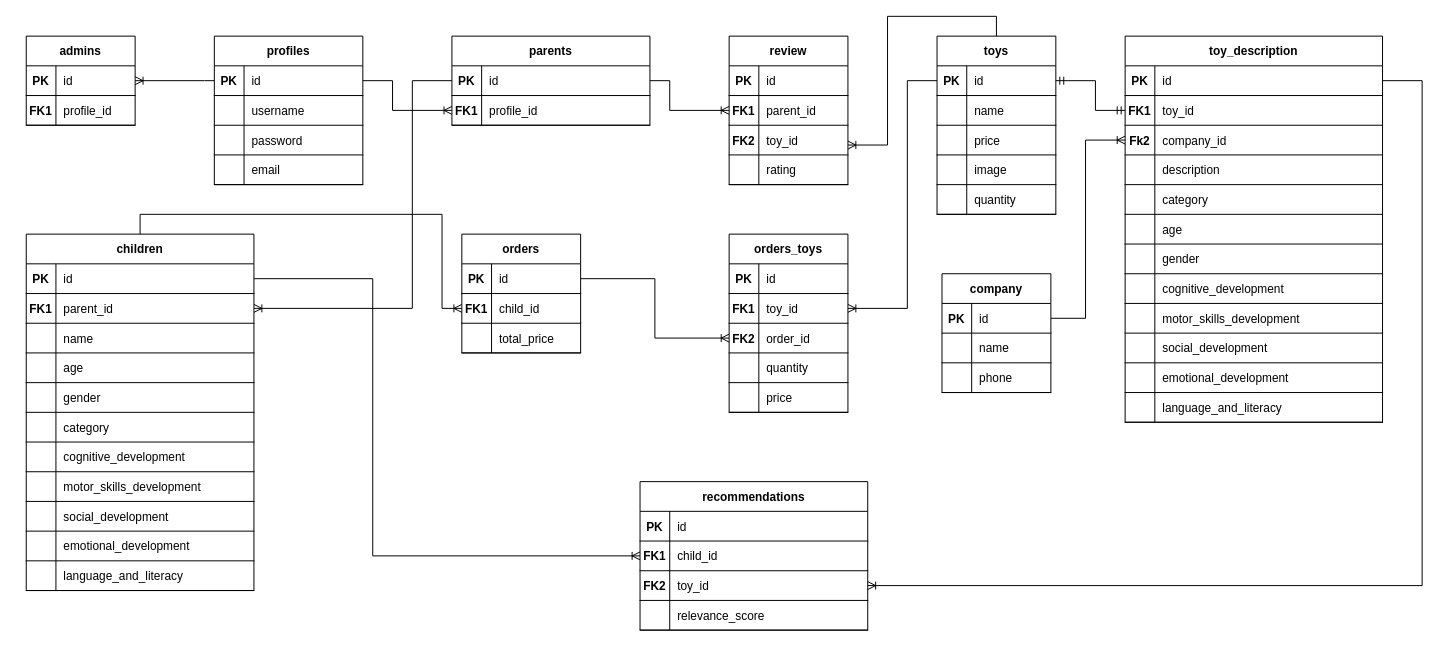
Earlier version of the draw.io diagram LDDiagrams/ERD(LD).drawio (WalidBabi/LittleDreamers). Source tidied: cells renumbered, new cells numbered last; positions are measured from the earlier drawing's top-left corner, leaving out a move shared by most shapes. Both pictures are drawn from the tidied source at 99%, with x=0, y=0 at pixel (26, 16).
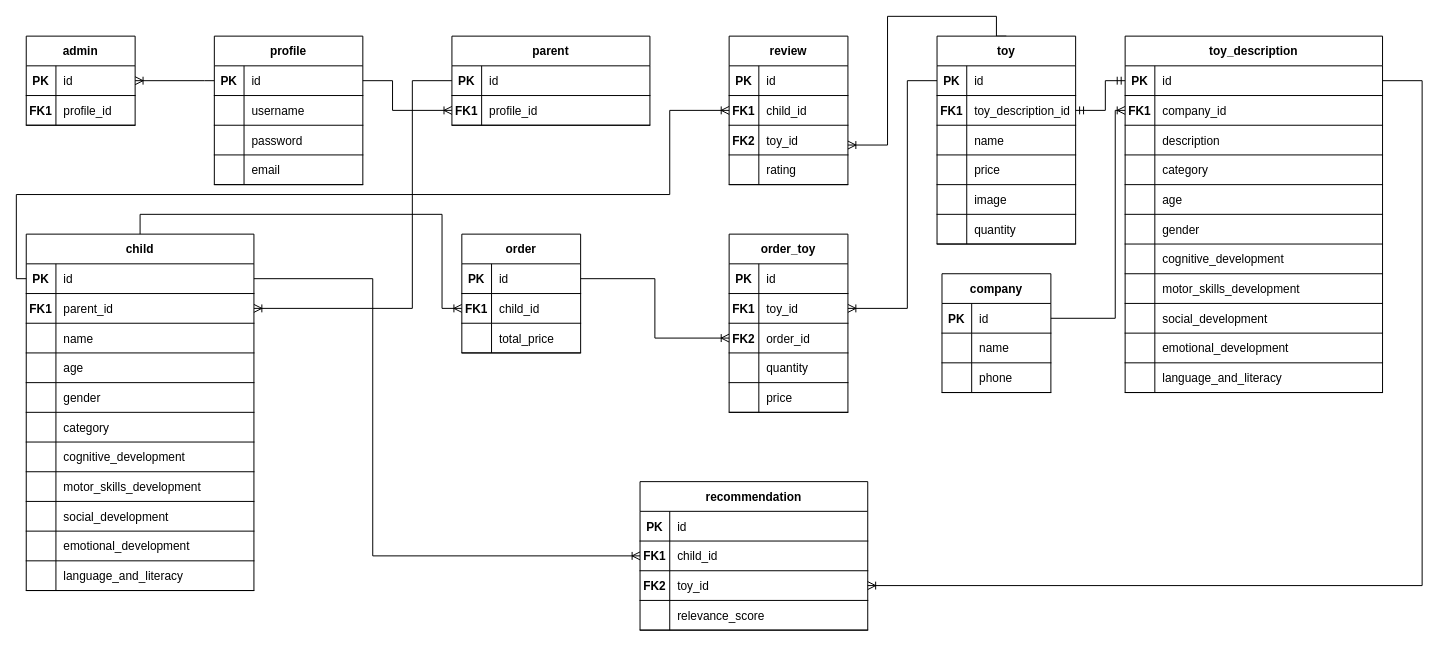
The same diagram, later.

The change refers to these unchanged cells:
```xml
<mxCell id="3" style="shape=partialRectangle;fillColor=none;points=[[0,0.5],[1,0.5]];portConstraint=eastwest;top=0;left=0;right=0;bottom=1;" parent="2" vertex="1">
  <mxGeometry y="30" width="230" height="30" as="geometry" />
</mxCell>
<mxCell id="37" style="shape=partialRectangle;fillColor=none;points=[[0,0.5],[1,0.5]];portConstraint=eastwest;top=0;left=0;right=0;bottom=1;" parent="36" vertex="1">
  <mxGeometry y="30" width="200" height="30" as="geometry" />
</mxCell>
<mxCell id="63" style="shape=partialRectangle;fillColor=none;points=[[0,0.5],[1,0.5]];portConstraint=eastwest;top=0;left=0;right=0;bottom=1;" parent="59" vertex="1">
  <mxGeometry y="60" width="120" height="30" as="geometry" />
</mxCell>
<mxCell id="73" style="shape=partialRectangle;fillColor=none;points=[[0,0.5],[1,0.5]];portConstraint=eastwest;top=0;left=0;right=0;bottom=1;" parent="72" vertex="1">
  <mxGeometry y="30" width="260" height="30" as="geometry" />
</mxCell>
<mxCell id="116" style="shape=partialRectangle;fillColor=none;points=[[0,0.5],[1,0.5]];portConstraint=eastwest;top=0;left=0;right=0;bottom=1;" parent="115" vertex="1">
  <mxGeometry y="30" width="110" height="30" as="geometry" />
</mxCell>
```

Diff of the diagram source:
```diff
@@
-    <mxCell id="2" value="children" style="shape=table;startSize=30;childLayout=tableLayout;rowLines=0;fontStyle=1;align=center;" parent="1" vertex="1">
+    <mxCell id="2" value="child" style="shape=table;startSize=30;childLayout=tableLayout;rowLines=0;fontStyle=1;align=center;" parent="1" vertex="1">
       <mxGeometry y="220" width="230" height="360" as="geometry" />
     </mxCell>
@@
-    <mxCell id="36" value="parents" style="shape=table;startSize=30;childLayout=tableLayout;rowLines=0;fontStyle=1;align=center;" parent="1" vertex="1">
+    <mxCell id="36" value="parent" style="shape=table;startSize=30;childLayout=tableLayout;rowLines=0;fontStyle=1;align=center;" parent="1" vertex="1">
       <mxGeometry x="430" y="20" width="200" height="90" as="geometry" />
     </mxCell>
@@
-    <mxCell id="43" value="orders_toys" style="shape=table;startSize=30;childLayout=tableLayout;rowLines=0;fontStyle=1;align=center;" parent="1" vertex="1">
+    <mxCell id="43" value="order_toy" style="shape=table;startSize=30;childLayout=tableLayout;rowLines=0;fontStyle=1;align=center;" parent="1" vertex="1">
       <mxGeometry x="710" y="220" width="120" height="180" as="geometry" />
     </mxCell>
@@
-    <mxCell id="65" value="parent_id" style="shape=partialRectangle;overflow=hidden;fillColor=none;top=0;left=0;bottom=0;right=0;align=left;spacingLeft=6;fontStyle=0;" parent="63" vertex="1">
+    <mxCell id="65" value="child_id" style="shape=partialRectangle;overflow=hidden;fillColor=none;top=0;left=0;bottom=0;right=0;align=left;spacingLeft=6;fontStyle=0;" parent="63" vertex="1">
       <mxGeometry x="30" width="90" height="30" as="geometry" />
     </mxCell>
@@
     <mxCell id="72" value="toy_description" style="shape=table;startSize=30;childLayout=tableLayout;rowLines=0;fontStyle=1;align=center;" parent="1" vertex="1">
-      <mxGeometry x="1110" y="20" width="260" height="390" as="geometry" />
+      <mxGeometry x="1110" y="20" width="260" height="360" as="geometry" />
     </mxCell>
@@
-    <mxCell id="76" style="shape=partialRectangle;fillColor=none;points=[[0,0.5],[1,0.5]];portConstraint=eastwest;top=0;left=0;right=0;bottom=1;" parent="72" vertex="1">
-      <mxGeometry y="60" width="260" height="30" as="geometry" />
-    </mxCell>
-    <mxCell id="77" value="FK1" style="shape=partialRectangle;overflow=hidden;fillColor=none;top=0;left=0;bottom=0;right=0;fontStyle=1;" parent="76" vertex="1">
-      <mxGeometry width="30" height="30" as="geometry" />
-    </mxCell>
-    <mxCell id="78" value="toy_id" style="shape=partialRectangle;overflow=hidden;fillColor=none;top=0;left=0;bottom=0;right=0;align=left;spacingLeft=6;fontStyle=0;" parent="76" vertex="1">
-      <mxGeometry x="30" width="230" height="30" as="geometry" />
-    </mxCell>
     <mxCell id="79" style="shape=partialRectangle;fillColor=none;points=[[0,0.5],[1,0.5]];portConstraint=eastwest;top=0;left=0;right=0;bottom=1;" parent="72" vertex="1">
-      <mxGeometry y="90" width="260" height="30" as="geometry" />
+      <mxGeometry y="60" width="260" height="30" as="geometry" />
     </mxCell>
-    <mxCell id="80" value="Fk2" style="shape=partialRectangle;overflow=hidden;fillColor=none;top=0;left=0;bottom=0;right=0;fontStyle=1;" parent="79" vertex="1">
+    <mxCell id="80" value="FK1" style="shape=partialRectangle;overflow=hidden;fillColor=none;top=0;left=0;bottom=0;right=0;fontStyle=1;" parent="79" vertex="1">
       <mxGeometry width="30" height="30" as="geometry" />
     </mxCell>
@@
     <mxCell id="82" style="shape=partialRectangle;fillColor=none;top=0;left=0;right=0;bottom=1;" parent="72" vertex="1">
-      <mxGeometry y="120" width="260" height="30" as="geometry" />
+      <mxGeometry y="90" width="260" height="30" as="geometry" />
     </mxCell>
@@
     <mxCell id="85" style="shape=partialRectangle;fillColor=none;top=0;left=0;right=0;bottom=1;" parent="72" vertex="1">
-      <mxGeometry y="150" width="260" height="30" as="geometry" />
+      <mxGeometry y="120" width="260" height="30" as="geometry" />
     </mxCell>
@@
     <mxCell id="88" style="shape=partialRectangle;fillColor=none;top=0;left=0;right=0;bottom=1;" parent="72" vertex="1">
-      <mxGeometry y="180" width="260" height="30" as="geometry" />
+      <mxGeometry y="150" width="260" height="30" as="geometry" />
     </mxCell>
@@
     <mxCell id="91" style="shape=partialRectangle;fillColor=none;top=0;left=0;right=0;bottom=1;" parent="72" vertex="1">
-      <mxGeometry y="210" width="260" height="30" as="geometry" />
+      <mxGeometry y="180" width="260" height="30" as="geometry" />
     </mxCell>
@@
     <mxCell id="94" style="shape=partialRectangle;fillColor=none;top=0;left=0;right=0;bottom=1;" parent="72" vertex="1">
-      <mxGeometry y="240" width="260" height="30" as="geometry" />
+      <mxGeometry y="210" width="260" height="30" as="geometry" />
     </mxCell>
@@
     <mxCell id="97" style="shape=partialRectangle;fillColor=none;top=0;left=0;right=0;bottom=1;" parent="72" vertex="1">
-      <mxGeometry y="270" width="260" height="30" as="geometry" />
+      <mxGeometry y="240" width="260" height="30" as="geometry" />
     </mxCell>
@@
     <mxCell id="100" style="shape=partialRectangle;fillColor=none;top=0;left=0;right=0;bottom=1;" parent="72" vertex="1">
-      <mxGeometry y="300" width="260" height="30" as="geometry" />
+      <mxGeometry y="270" width="260" height="30" as="geometry" />
     </mxCell>
@@
     <mxCell id="103" style="shape=partialRectangle;fillColor=none;top=0;left=0;right=0;bottom=1;" parent="72" vertex="1">
-      <mxGeometry y="330" width="260" height="30" as="geometry" />
+      <mxGeometry y="300" width="260" height="30" as="geometry" />
     </mxCell>
@@
     <mxCell id="106" style="shape=partialRectangle;fillColor=none;top=0;left=0;right=0;bottom=1;" parent="72" vertex="1">
-      <mxGeometry y="360" width="260" height="30" as="geometry" />
+      <mxGeometry y="330" width="260" height="30" as="geometry" />
     </mxCell>
@@
-    <mxCell id="110" style="edgeStyle=orthogonalEdgeStyle;fontSize=12;html=1;endArrow=ERmandOne;startArrow=ERmandOne;rounded=0;entryX=1;entryY=0.5;entryDx=0;entryDy=0;exitX=0;exitY=0.5;exitDx=0;exitDy=0;" parent="1" edge="1" source="76" target="160">
+    <mxCell id="110" style="edgeStyle=orthogonalEdgeStyle;fontSize=12;html=1;endArrow=ERmandOne;startArrow=ERmandOne;rounded=0;entryX=1;entryY=0.5;entryDx=0;entryDy=0;exitX=0;exitY=0.5;exitDx=0;exitDy=0;" parent="1" edge="1" source="73" target="190">
       <mxGeometry relative="1" as="geometry">
         <Array as="points">
-          <mxPoint x="1080" y="95" />
-          <mxPoint x="1080" y="65" />
+          <mxPoint x="1090" y="65" />
+          <mxPoint x="1090" y="95" />
         </Array>
       </mxGeometry>
     </mxCell>
@@
-    <mxCell id="112" style="edgeStyle=orthogonalEdgeStyle;fontSize=12;html=1;endArrow=ERoneToMany;rounded=0;exitX=1;exitY=0.5;exitDx=0;exitDy=0;entryX=0;entryY=0.5;entryDx=0;entryDy=0;" parent="1" edge="1" source="37" target="63">
+    <mxCell id="112" style="edgeStyle=orthogonalEdgeStyle;fontSize=12;html=1;endArrow=ERoneToMany;rounded=0;exitX=0;exitY=0.5;exitDx=0;exitDy=0;entryX=0;entryY=0.5;entryDx=0;entryDy=0;" parent="1" edge="1" source="3" target="63">
       <mxGeometry relative="1" as="geometry">
         <Array as="points">
-          <mxPoint x="650" y="65" />
+          <mxPoint x="-10" y="265" />
+          <mxPoint x="-10" y="180" />
+          <mxPoint x="650" y="180" />
           <mxPoint x="650" y="95" />
-          <mxPoint x="710" y="95" />
         </Array>
       </mxGeometry>
     </mxCell>
@@
     <mxCell id="125" style="edgeStyle=orthogonalEdgeStyle;fontSize=12;html=1;endArrow=ERoneToMany;rounded=0;exitX=1;exitY=0.5;exitDx=0;exitDy=0;entryX=0;entryY=0.5;entryDx=0;entryDy=0;" parent="1" edge="1" source="116" target="79">
       <mxGeometry relative="1" as="geometry">
         <Array as="points">
-          <mxPoint x="1070" y="305" />
-          <mxPoint x="1070" y="125" />
+          <mxPoint x="1100" y="305" />
+          <mxPoint x="1100" y="95" />
         </Array>
       </mxGeometry>
     </mxCell>
-    <mxCell id="126" value="admins" style="shape=table;startSize=30;childLayout=tableLayout;rowLines=0;fontStyle=1;align=center;" parent="1" vertex="1">
+    <mxCell id="126" value="admin" style="shape=table;startSize=30;childLayout=tableLayout;rowLines=0;fontStyle=1;align=center;" parent="1" vertex="1">
       <mxGeometry y="20" width="110" height="90" as="geometry" />
     </mxCell>
@@
-    <mxCell id="133" value="profiles" style="shape=table;startSize=30;childLayout=tableLayout;rowLines=0;fontStyle=1;align=center;" parent="1" vertex="1">
+    <mxCell id="133" value="profile" style="shape=table;startSize=30;childLayout=tableLayout;rowLines=0;fontStyle=1;align=center;" parent="1" vertex="1">
       <mxGeometry x="190" y="20" width="150" height="150" as="geometry" />
     </mxCell>
@@
-    <mxCell id="148" value="orders" style="shape=table;startSize=30;childLayout=tableLayout;rowLines=0;fontStyle=1;align=center;" parent="1" vertex="1">
+    <mxCell id="148" value="order" style="shape=table;startSize=30;childLayout=tableLayout;rowLines=0;fontStyle=1;align=center;" parent="1" vertex="1">
       <mxGeometry x="440" y="220" width="120" height="120" as="geometry" />
     </mxCell>
@@
-    <mxCell id="159" value="toys" style="shape=table;startSize=30;childLayout=tableLayout;rowLines=0;fontStyle=1;align=center;" parent="1" vertex="1">
-      <mxGeometry x="920" y="20" width="120" height="180" as="geometry" />
+    <mxCell id="159" value="toy" style="shape=table;startSize=30;childLayout=tableLayout;rowLines=0;fontStyle=1;align=center;" parent="1" vertex="1">
+      <mxGeometry x="920" y="20" width="140" height="210" as="geometry" />
     </mxCell>
     <mxCell id="160" style="shape=partialRectangle;fillColor=none;points=[[0,0.5],[1,0.5]];portConstraint=eastwest;top=0;left=0;right=0;bottom=1;" parent="159" vertex="1">
-      <mxGeometry y="30" width="120" height="30" as="geometry" />
+      <mxGeometry y="30" width="140" height="30" as="geometry" />
     </mxCell>
@@
     <mxCell id="162" value="id" style="shape=partialRectangle;overflow=hidden;fillColor=none;top=0;left=0;bottom=0;right=0;align=left;spacingLeft=6;fontStyle=0;" parent="160" vertex="1">
-      <mxGeometry x="30" width="90" height="30" as="geometry" />
+      <mxGeometry x="30" width="110" height="30" as="geometry" />
     </mxCell>
+    <mxCell id="190" style="shape=partialRectangle;fillColor=none;points=[[0,0.5],[1,0.5]];portConstraint=eastwest;top=0;left=0;right=0;bottom=1;" parent="159" vertex="1">
+      <mxGeometry y="60" width="140" height="30" as="geometry" />
+    </mxCell>
+    <mxCell id="77" value="FK1" style="shape=partialRectangle;overflow=hidden;fillColor=none;top=0;left=0;bottom=0;right=0;fontStyle=1;" parent="190" vertex="1">
+      <mxGeometry width="30" height="30" as="geometry" />
+    </mxCell>
+    <mxCell id="191" value="toy_description_id" style="shape=partialRectangle;overflow=hidden;fillColor=none;top=0;left=0;bottom=0;right=0;align=left;spacingLeft=6;fontStyle=0;" parent="190" vertex="1">
+      <mxGeometry x="30" width="110" height="30" as="geometry" />
+    </mxCell>
     <mxCell id="163" style="shape=partialRectangle;fillColor=none;top=0;left=0;right=0;bottom=1;" parent="159" vertex="1">
-      <mxGeometry y="60" width="120" height="30" as="geometry" />
+      <mxGeometry y="90" width="140" height="30" as="geometry" />
     </mxCell>
@@
     <mxCell id="165" value="name" style="shape=partialRectangle;overflow=hidden;fillColor=none;top=0;left=0;bottom=0;right=0;align=left;spacingLeft=6;fontStyle=0;" parent="163" vertex="1">
-      <mxGeometry x="30" width="90" height="30" as="geometry" />
+      <mxGeometry x="30" width="110" height="30" as="geometry" />
     </mxCell>
     <mxCell id="166" style="shape=partialRectangle;fillColor=none;top=0;left=0;right=0;bottom=1;" parent="159" vertex="1">
-      <mxGeometry y="90" width="120" height="30" as="geometry" />
+      <mxGeometry y="120" width="140" height="30" as="geometry" />
     </mxCell>
@@
     <mxCell id="168" value="price" style="shape=partialRectangle;overflow=hidden;fillColor=none;top=0;left=0;bottom=0;right=0;align=left;spacingLeft=6;fontStyle=0;" parent="166" vertex="1">
-      <mxGeometry x="30" width="90" height="30" as="geometry" />
+      <mxGeometry x="30" width="110" height="30" as="geometry" />
     </mxCell>
     <mxCell id="169" style="shape=partialRectangle;fillColor=none;top=0;left=0;right=0;bottom=1;" parent="159" vertex="1">
-      <mxGeometry y="120" width="120" height="30" as="geometry" />
+      <mxGeometry y="150" width="140" height="30" as="geometry" />
     </mxCell>
@@
     <mxCell id="171" value="image" style="shape=partialRectangle;overflow=hidden;fillColor=none;top=0;left=0;bottom=0;right=0;align=left;spacingLeft=6;fontStyle=0;" parent="169" vertex="1">
-      <mxGeometry x="30" width="90" height="30" as="geometry" />
+      <mxGeometry x="30" width="110" height="30" as="geometry" />
     </mxCell>
     <mxCell id="172" style="shape=partialRectangle;fillColor=none;top=0;left=0;right=0;bottom=1;" parent="159" vertex="1">
-      <mxGeometry y="150" width="120" height="30" as="geometry" />
+      <mxGeometry y="180" width="140" height="30" as="geometry" />
     </mxCell>
@@
     <mxCell id="174" value="quantity" style="shape=partialRectangle;overflow=hidden;fillColor=none;top=0;left=0;bottom=0;right=0;align=left;spacingLeft=6;fontStyle=0;" parent="172" vertex="1">
-      <mxGeometry x="30" width="90" height="30" as="geometry" />
+      <mxGeometry x="30" width="110" height="30" as="geometry" />
     </mxCell>
-    <mxCell id="175" value="recommendations" style="shape=table;startSize=30;childLayout=tableLayout;rowLines=0;fontStyle=1;align=center;" parent="1" vertex="1">
+    <mxCell id="175" value="recommendation" style="shape=table;startSize=30;childLayout=tableLayout;rowLines=0;fontStyle=1;align=center;" parent="1" vertex="1">
       <mxGeometry x="620" y="470" width="230" height="150" as="geometry" />
     </mxCell>
```
